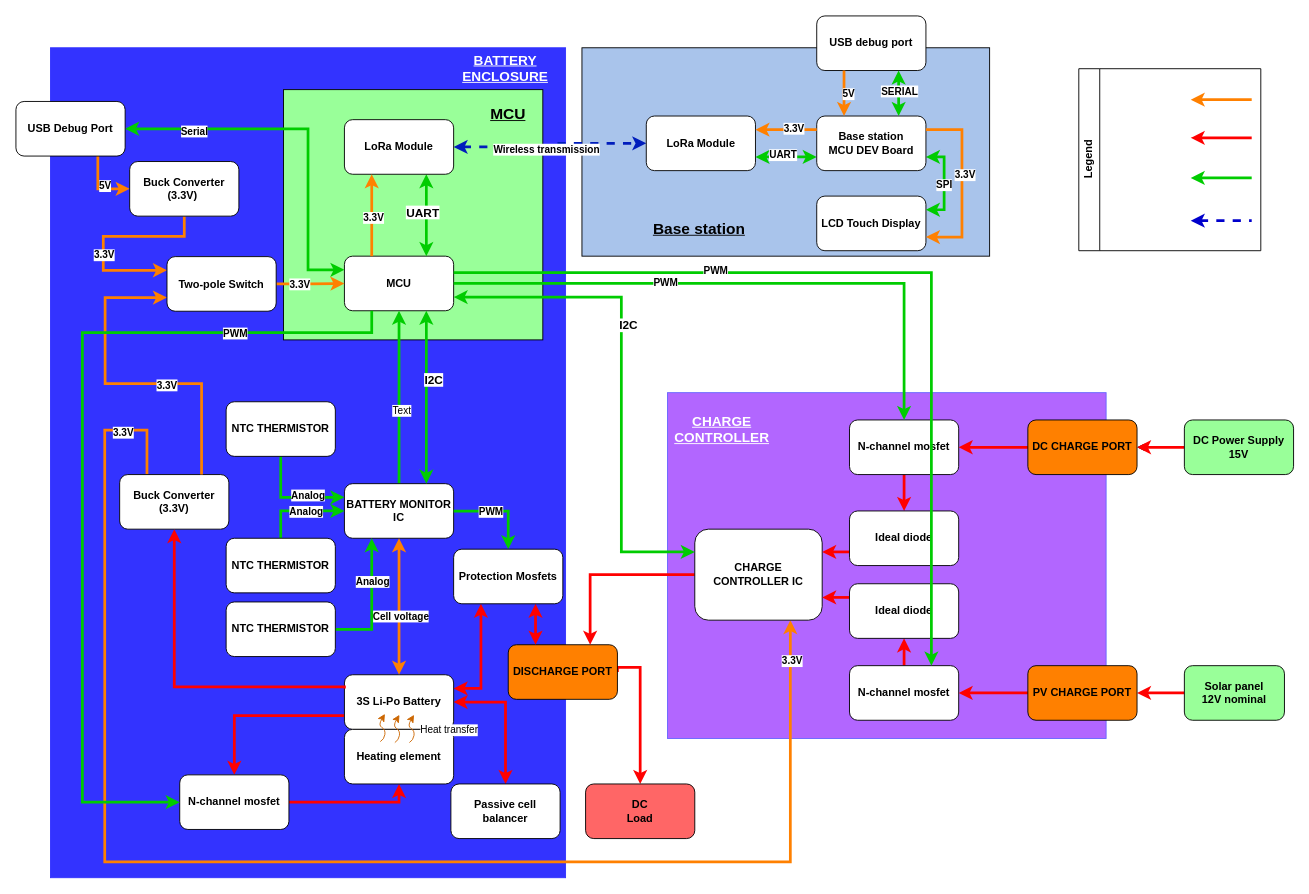
Chainsawfelix/ELEC3117-BLUESAT keeps this draw.io diagram as NO_PARTNUMBERS_FINAL_REPORT_BLOCK_DIAGRAM_ELEC3117.drawio. Above is the earlier version. Source tidied: cells renumbered, new cells numbered last; positions are measured from the earlier drawing's top-left corner, leaving out a move shared by most shapes. Both pictures are drawn from the tidied source at 91%, with x=0, y=0 at pixel (15, 15).
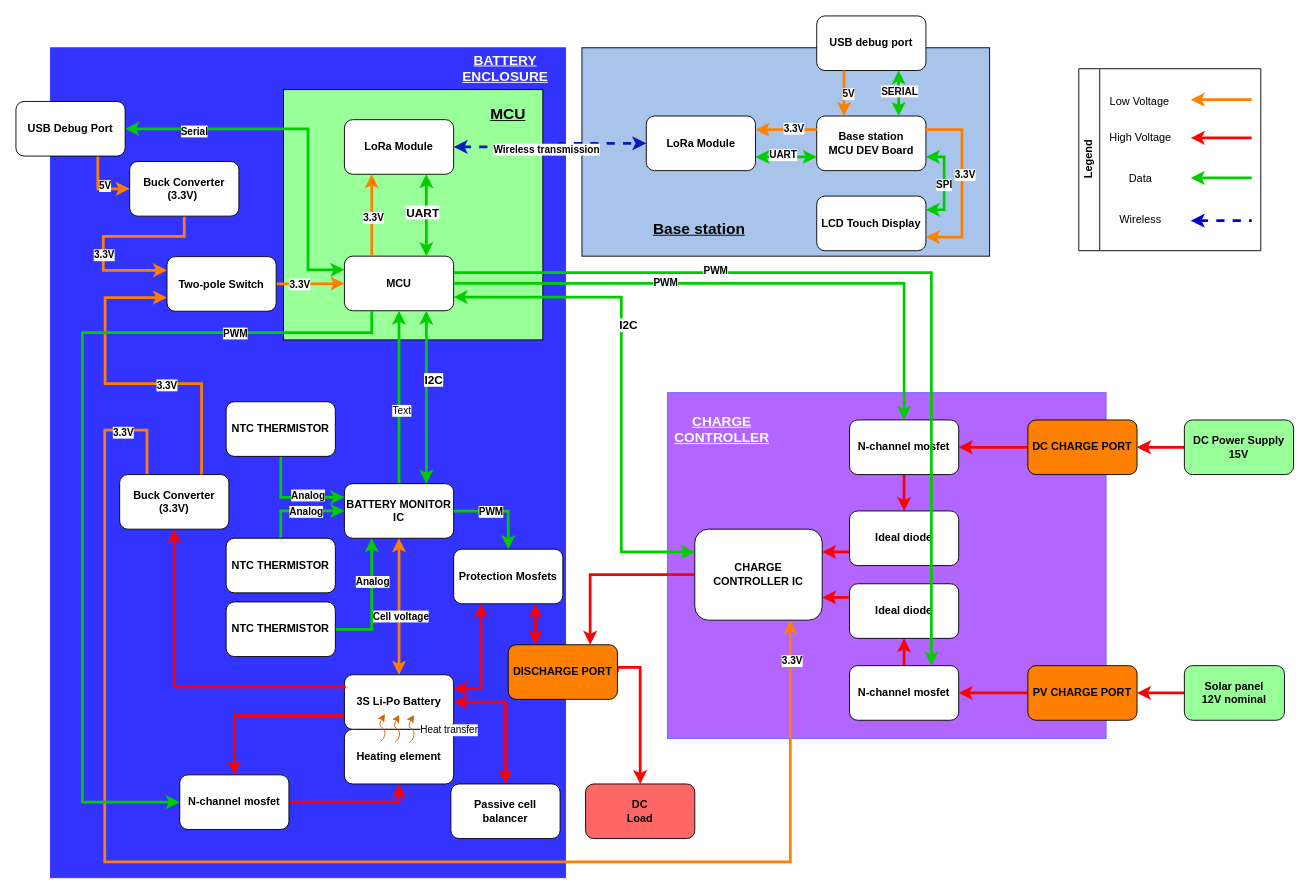
The same page after the edit.

Unchanged cells that the change refers to:
```xml
<mxCell id="111" value="Legend" style="swimlane;horizontal=0;whiteSpace=wrap;html=1;" parent="1" vertex="1">
  <mxGeometry x="1168" y="58" width="200" height="200" as="geometry" />
</mxCell>
```

The edit, as a diff of the source:
```diff
@@
+    <mxCell id="119" value="High Voltage" style="text;html=1;whiteSpace=wrap;strokeColor=none;fillColor=none;align=center;verticalAlign=middle;rounded=0;" parent="111" vertex="1">
+      <mxGeometry x="30" y="61" width="76" height="30" as="geometry" />
+    </mxCell>
+    <mxCell id="120" value="Data" style="text;html=1;whiteSpace=wrap;strokeColor=none;fillColor=none;align=center;verticalAlign=middle;rounded=0;" parent="111" vertex="1">
+      <mxGeometry x="30" y="106" width="76" height="30" as="geometry" />
+    </mxCell>
+    <mxCell id="121" value="Wireless" style="text;html=1;whiteSpace=wrap;strokeColor=none;fillColor=none;align=center;verticalAlign=middle;rounded=0;" parent="111" vertex="1">
+      <mxGeometry x="30" y="151" width="76" height="30" as="geometry" />
+    </mxCell>
@@
+    <mxCell id="122" value="Low Voltage" style="text;html=1;whiteSpace=wrap;strokeColor=none;fillColor=none;align=center;verticalAlign=middle;rounded=0;" parent="1" vertex="1">
+      <mxGeometry x="1197" y="79" width="76" height="30" as="geometry" />
+    </mxCell>
```
